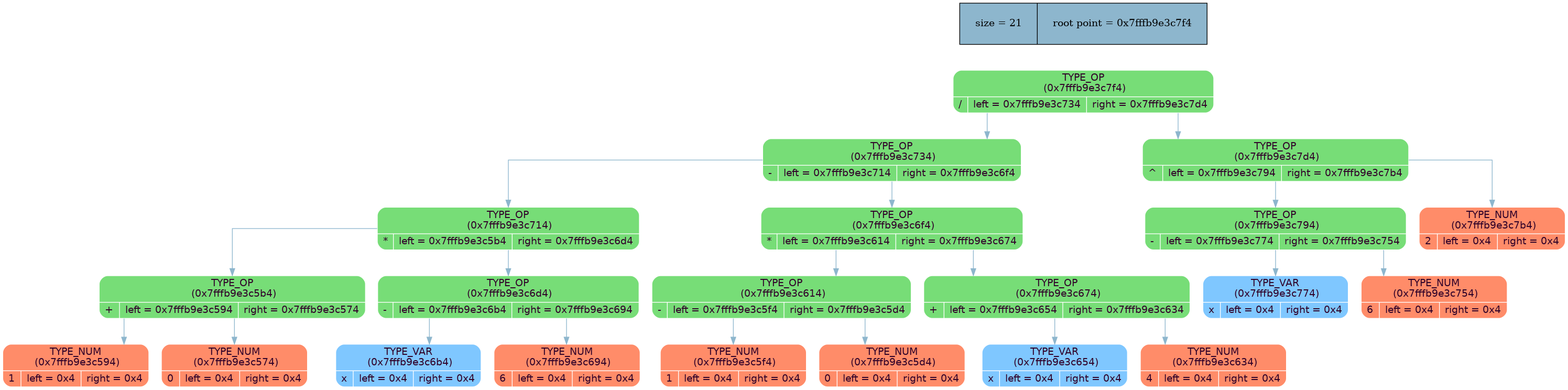
Above: dump_info/tree_dump.png in MaxGroshev/differentiator (Graphviz), before the change. Its source is kept beside it as dump_info/tree_dump.dot.
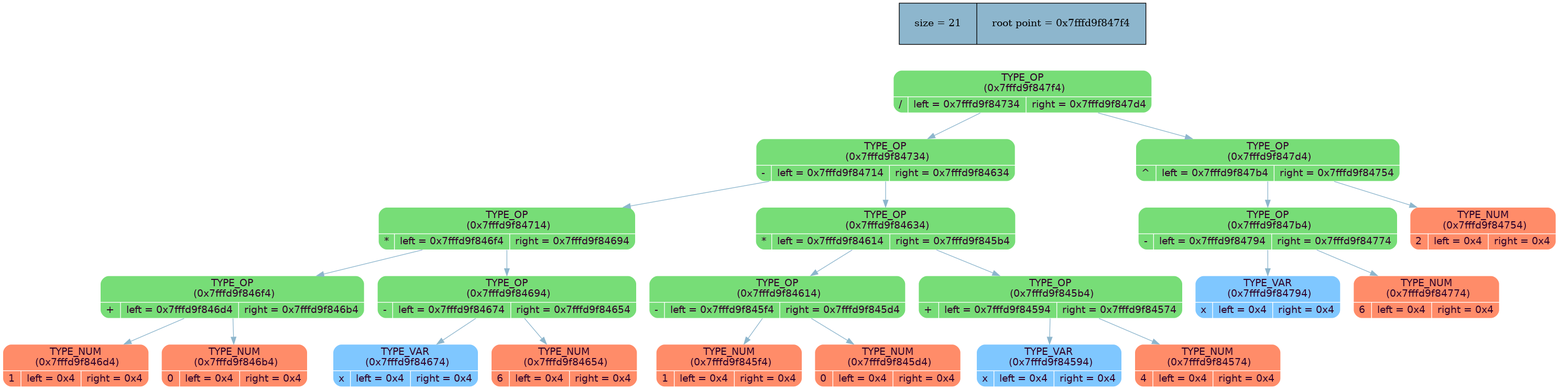
The same diagram one commit later.

Change to the diagram source:
```diff
@@ -1,50 +1,50 @@
 digraph
 {
 rankdir = ""
-splines = "ortho"
+splines = "true"
 
-node_stat [margin = "0.3*0.3", style = "filled", shape = "record", fillcolor = "#8DB6CD" label = " size = 21 | root point = 0x7fffb9e3c7f4"]
+node_stat [margin = "0.3*0.3", style = "filled", shape = "record", fillcolor = "#8DB6CD" label = " size = 21 | root point = 0x7fffd9f847f4"]
 {rank = source; node_stat}
 
-node0x7fffb9e3c7f4 [shape = "Mrecord", fillcolor = "#77DD77", style = "filled", fontcolor = "#31032A", fontname = "Calibri", color = "white", label = "{TYPE_OP\n (0x7fffb9e3c7f4)| {/ |left = 0x7fffb9e3c734 |right = 0x7fffb9e3c7d4}}"]
-node0x7fffb9e3c7f4 -> node0x7fffb9e3c734 [color = "#8DB6CD", style = "", constraint = true, fillcolor = "#8DB6CD",   fontcolor = "", fontname = "Calibri", label = ""];
-node0x7fffb9e3c734 [shape = "Mrecord", fillcolor = "#77DD77", style = "filled", fontcolor = "#31032A", fontname = "Calibri", color = "white", label = "{TYPE_OP\n (0x7fffb9e3c734)| {- |left = 0x7fffb9e3c714 |right = 0x7fffb9e3c6f4}}"]
-node0x7fffb9e3c734 -> node0x7fffb9e3c714 [color = "#8DB6CD", style = "", constraint = true, fillcolor = "#8DB6CD",   fontcolor = "", fontname = "Calibri", label = ""];
-node0x7fffb9e3c714 [shape = "Mrecord", fillcolor = "#77DD77", style = "filled", fontcolor = "#31032A", fontname = "Calibri", color = "white", label = "{TYPE_OP\n (0x7fffb9e3c714)| {* |left = 0x7fffb9e3c5b4 |right = 0x7fffb9e3c6d4}}"]
-node0x7fffb9e3c714 -> node0x7fffb9e3c5b4 [color = "#8DB6CD", style = "", constraint = true, fillcolor = "#8DB6CD",   fontcolor = "", fontname = "Calibri", label = ""];
-node0x7fffb9e3c5b4 [shape = "Mrecord", fillcolor = "#77DD77", style = "filled", fontcolor = "#31032A", fontname = "Calibri", color = "white", label = "{TYPE_OP\n (0x7fffb9e3c5b4)| {+ |left = 0x7fffb9e3c594 |right = 0x7fffb9e3c574}}"]
-node0x7fffb9e3c5b4 -> node0x7fffb9e3c594 [color = "#8DB6CD", style = "", constraint = true, fillcolor = "#8DB6CD",   fontcolor = "", fontname = "Calibri", label = ""];
-node0x7fffb9e3c594 [shape = "Mrecord", fillcolor = "#FF8C69", style = "filled", fontcolor = "#31032A", fontname = "Calibri", color = "white", label = "{TYPE_NUM\n (0x7fffb9e3c594)| {1 |left = 0x4 |right = 0x4}}"]
-node0x7fffb9e3c5b4 -> node0x7fffb9e3c574 [color = "#8DB6CD", style = "", constraint = true, fillcolor = "#8DB6CD",   fontcolor = "", fontname = "Calibri", label = ""];
-node0x7fffb9e3c574 [shape = "Mrecord", fillcolor = "#FF8C69", style = "filled", fontcolor = "#31032A", fontname = "Calibri", color = "white", label = "{TYPE_NUM\n (0x7fffb9e3c574)| {0 |left = 0x4 |right = 0x4}}"]
-node0x7fffb9e3c714 -> node0x7fffb9e3c6d4 [color = "#8DB6CD", style = "", constraint = true, fillcolor = "#8DB6CD",   fontcolor = "", fontname = "Calibri", label = ""];
-node0x7fffb9e3c6d4 [shape = "Mrecord", fillcolor = "#77DD77", style = "filled", fontcolor = "#31032A", fontname = "Calibri", color = "white", label = "{TYPE_OP\n (0x7fffb9e3c6d4)| {- |left = 0x7fffb9e3c6b4 |right = 0x7fffb9e3c694}}"]
-node0x7fffb9e3c6d4 -> node0x7fffb9e3c6b4 [color = "#8DB6CD", style = "", constraint = true, fillcolor = "#8DB6CD",   fontcolor = "", fontname = "Calibri", label = ""];
-node0x7fffb9e3c6b4 [shape = "Mrecord", fillcolor = "#7FC7FF", style = "filled", fontcolor = "#31032A", fontname = "Calibri", color = "white", label = "{TYPE_VAR\n (0x7fffb9e3c6b4)| {x |left = 0x4 |right = 0x4}}"]
-node0x7fffb9e3c6d4 -> node0x7fffb9e3c694 [color = "#8DB6CD", style = "", constraint = true, fillcolor = "#8DB6CD",   fontcolor = "", fontname = "Calibri", label = ""];
-node0x7fffb9e3c694 [shape = "Mrecord", fillcolor = "#FF8C69", style = "filled", fontcolor = "#31032A", fontname = "Calibri", color = "white", label = "{TYPE_NUM\n (0x7fffb9e3c694)| {6 |left = 0x4 |right = 0x4}}"]
-node0x7fffb9e3c734 -> node0x7fffb9e3c6f4 [color = "#8DB6CD", style = "", constraint = true, fillcolor = "#8DB6CD",   fontcolor = "", fontname = "Calibri", label = ""];
-node0x7fffb9e3c6f4 [shape = "Mrecord", fillcolor = "#77DD77", style = "filled", fontcolor = "#31032A", fontname = "Calibri", color = "white", label = "{TYPE_OP\n (0x7fffb9e3c6f4)| {* |left = 0x7fffb9e3c614 |right = 0x7fffb9e3c674}}"]
-node0x7fffb9e3c6f4 -> node0x7fffb9e3c614 [color = "#8DB6CD", style = "", constraint = true, fillcolor = "#8DB6CD",   fontcolor = "", fontname = "Calibri", label = ""];
-node0x7fffb9e3c614 [shape = "Mrecord", fillcolor = "#77DD77", style = "filled", fontcolor = "#31032A", fontname = "Calibri", color = "white", label = "{TYPE_OP\n (0x7fffb9e3c614)| {- |left = 0x7fffb9e3c5f4 |right = 0x7fffb9e3c5d4}}"]
-node0x7fffb9e3c614 -> node0x7fffb9e3c5f4 [color = "#8DB6CD", style = "", constraint = true, fillcolor = "#8DB6CD",   fontcolor = "", fontname = "Calibri", label = ""];
-node0x7fffb9e3c5f4 [shape = "Mrecord", fillcolor = "#FF8C69", style = "filled", fontcolor = "#31032A", fontname = "Calibri", color = "white", label = "{TYPE_NUM\n (0x7fffb9e3c5f4)| {1 |left = 0x4 |right = 0x4}}"]
-node0x7fffb9e3c614 -> node0x7fffb9e3c5d4 [color = "#8DB6CD", style = "", constraint = true, fillcolor = "#8DB6CD",   fontcolor = "", fontname = "Calibri", label = ""];
-node0x7fffb9e3c5d4 [shape = "Mrecord", fillcolor = "#FF8C69", style = "filled", fontcolor = "#31032A", fontname = "Calibri", color = "white", label = "{TYPE_NUM\n (0x7fffb9e3c5d4)| {0 |left = 0x4 |right = 0x4}}"]
-node0x7fffb9e3c6f4 -> node0x7fffb9e3c674 [color = "#8DB6CD", style = "", constraint = true, fillcolor = "#8DB6CD",   fontcolor = "", fontname = "Calibri", label = ""];
-node0x7fffb9e3c674 [shape = "Mrecord", fillcolor = "#77DD77", style = "filled", fontcolor = "#31032A", fontname = "Calibri", color = "white", label = "{TYPE_OP\n (0x7fffb9e3c674)| {+ |left = 0x7fffb9e3c654 |right = 0x7fffb9e3c634}}"]
-node0x7fffb9e3c674 -> node0x7fffb9e3c654 [color = "#8DB6CD", style = "", constraint = true, fillcolor = "#8DB6CD",   fontcolor = "", fontname = "Calibri", label = ""];
-node0x7fffb9e3c654 [shape = "Mrecord", fillcolor = "#7FC7FF", style = "filled", fontcolor = "#31032A", fontname = "Calibri", color = "white", label = "{TYPE_VAR\n (0x7fffb9e3c654)| {x |left = 0x4 |right = 0x4}}"]
-node0x7fffb9e3c674 -> node0x7fffb9e3c634 [color = "#8DB6CD", style = "", constraint = true, fillcolor = "#8DB6CD",   fontcolor = "", fontname = "Calibri", label = ""];
-node0x7fffb9e3c634 [shape = "Mrecord", fillcolor = "#FF8C69", style = "filled", fontcolor = "#31032A", fontname = "Calibri", color = "white", label = "{TYPE_NUM\n (0x7fffb9e3c634)| {4 |left = 0x4 |right = 0x4}}"]
-node0x7fffb9e3c7f4 -> node0x7fffb9e3c7d4 [color = "#8DB6CD", style = "", constraint = true, fillcolor = "#8DB6CD",   fontcolor = "", fontname = "Calibri", label = ""];
-node0x7fffb9e3c7d4 [shape = "Mrecord", fillcolor = "#77DD77", style = "filled", fontcolor = "#31032A", fontname = "Calibri", color = "white", label = "{TYPE_OP\n (0x7fffb9e3c7d4)| {^ |left = 0x7fffb9e3c794 |right = 0x7fffb9e3c7b4}}"]
-node0x7fffb9e3c7d4 -> node0x7fffb9e3c794 [color = "#8DB6CD", style = "", constraint = true, fillcolor = "#8DB6CD",   fontcolor = "", fontname = "Calibri", label = ""];
-node0x7fffb9e3c794 [shape = "Mrecord", fillcolor = "#77DD77", style = "filled", fontcolor = "#31032A", fontname = "Calibri", color = "white", label = "{TYPE_OP\n (0x7fffb9e3c794)| {- |left = 0x7fffb9e3c774 |right = 0x7fffb9e3c754}}"]
-node0x7fffb9e3c794 -> node0x7fffb9e3c774 [color = "#8DB6CD", style = "", constraint = true, fillcolor = "#8DB6CD",   fontcolor = "", fontname = "Calibri", label = ""];
-node0x7fffb9e3c774 [shape = "Mrecord", fillcolor = "#7FC7FF", style = "filled", fontcolor = "#31032A", fontname = "Calibri", color = "white", label = "{TYPE_VAR\n (0x7fffb9e3c774)| {x |left = 0x4 |right = 0x4}}"]
-node0x7fffb9e3c794 -> node0x7fffb9e3c754 [color = "#8DB6CD", style = "", constraint = true, fillcolor = "#8DB6CD",   fontcolor = "", fontname = "Calibri", label = ""];
-node0x7fffb9e3c754 [shape = "Mrecord", fillcolor = "#FF8C69", style = "filled", fontcolor = "#31032A", fontname = "Calibri", color = "white", label = "{TYPE_NUM\n (0x7fffb9e3c754)| {6 |left = 0x4 |right = 0x4}}"]
-node0x7fffb9e3c7d4 -> node0x7fffb9e3c7b4 [color = "#8DB6CD", style = "", constraint = true, fillcolor = "#8DB6CD",   fontcolor = "", fontname = "Calibri", label = ""];
-node0x7fffb9e3c7b4 [shape = "Mrecord", fillcolor = "#FF8C69", style = "filled", fontcolor = "#31032A", fontname = "Calibri", color = "white", label = "{TYPE_NUM\n (0x7fffb9e3c7b4)| {2 |left = 0x4 |right = 0x4}}"]
+node0x7fffd9f847f4 [shape = "Mrecord", fillcolor = "#77DD77", style = "filled", fontcolor = "#31032A", fontname = "Calibri", color = "white", label = "{TYPE_OP\n (0x7fffd9f847f4)| {/ |left = 0x7fffd9f84734 |right = 0x7fffd9f847d4}}"]
+node0x7fffd9f847f4 -> node0x7fffd9f84734 [color = "#8DB6CD", style = "", constraint = true, fillcolor = "#8DB6CD",   fontcolor = "", fontname = "Calibri", label = ""];
+node0x7fffd9f84734 [shape = "Mrecord", fillcolor = "#77DD77", style = "filled", fontcolor = "#31032A", fontname = "Calibri", color = "white", label = "{TYPE_OP\n (0x7fffd9f84734)| {- |left = 0x7fffd9f84714 |right = 0x7fffd9f84634}}"]
+node0x7fffd9f84734 -> node0x7fffd9f84714 [color = "#8DB6CD", style = "", constraint = true, fillcolor = "#8DB6CD",   fontcolor = "", fontname = "Calibri", label = ""];
+node0x7fffd9f84714 [shape = "Mrecord", fillcolor = "#77DD77", style = "filled", fontcolor = "#31032A", fontname = "Calibri", color = "white", label = "{TYPE_OP\n (0x7fffd9f84714)| {* |left = 0x7fffd9f846f4 |right = 0x7fffd9f84694}}"]
+node0x7fffd9f84714 -> node0x7fffd9f846f4 [color = "#8DB6CD", style = "", constraint = true, fillcolor = "#8DB6CD",   fontcolor = "", fontname = "Calibri", label = ""];
+node0x7fffd9f846f4 [shape = "Mrecord", fillcolor = "#77DD77", style = "filled", fontcolor = "#31032A", fontname = "Calibri", color = "white", label = "{TYPE_OP\n (0x7fffd9f846f4)| {+ |left = 0x7fffd9f846d4 |right = 0x7fffd9f846b4}}"]
+node0x7fffd9f846f4 -> node0x7fffd9f846d4 [color = "#8DB6CD", style = "", constraint = true, fillcolor = "#8DB6CD",   fontcolor = "", fontname = "Calibri", label = ""];
+node0x7fffd9f846d4 [shape = "Mrecord", fillcolor = "#FF8C69", style = "filled", fontcolor = "#31032A", fontname = "Calibri", color = "white", label = "{TYPE_NUM\n (0x7fffd9f846d4)| {1 |left = 0x4 |right = 0x4}}"]
+node0x7fffd9f846f4 -> node0x7fffd9f846b4 [color = "#8DB6CD", style = "", constraint = true, fillcolor = "#8DB6CD",   fontcolor = "", fontname = "Calibri", label = ""];
+node0x7fffd9f846b4 [shape = "Mrecord", fillcolor = "#FF8C69", style = "filled", fontcolor = "#31032A", fontname = "Calibri", color = "white", label = "{TYPE_NUM\n (0x7fffd9f846b4)| {0 |left = 0x4 |right = 0x4}}"]
+node0x7fffd9f84714 -> node0x7fffd9f84694 [color = "#8DB6CD", style = "", constraint = true, fillcolor = "#8DB6CD",   fontcolor = "", fontname = "Calibri", label = ""];
+node0x7fffd9f84694 [shape = "Mrecord", fillcolor = "#77DD77", style = "filled", fontcolor = "#31032A", fontname = "Calibri", color = "white", label = "{TYPE_OP\n (0x7fffd9f84694)| {- |left = 0x7fffd9f84674 |right = 0x7fffd9f84654}}"]
+node0x7fffd9f84694 -> node0x7fffd9f84674 [color = "#8DB6CD", style = "", constraint = true, fillcolor = "#8DB6CD",   fontcolor = "", fontname = "Calibri", label = ""];
+node0x7fffd9f84674 [shape = "Mrecord", fillcolor = "#7FC7FF", style = "filled", fontcolor = "#31032A", fontname = "Calibri", color = "white", label = "{TYPE_VAR\n (0x7fffd9f84674)| {x |left = 0x4 |right = 0x4}}"]
+node0x7fffd9f84694 -> node0x7fffd9f84654 [color = "#8DB6CD", style = "", constraint = true, fillcolor = "#8DB6CD",   fontcolor = "", fontname = "Calibri", label = ""];
+node0x7fffd9f84654 [shape = "Mrecord", fillcolor = "#FF8C69", style = "filled", fontcolor = "#31032A", fontname = "Calibri", color = "white", label = "{TYPE_NUM\n (0x7fffd9f84654)| {6 |left = 0x4 |right = 0x4}}"]
+node0x7fffd9f84734 -> node0x7fffd9f84634 [color = "#8DB6CD", style = "", constraint = true, fillcolor = "#8DB6CD",   fontcolor = "", fontname = "Calibri", label = ""];
+node0x7fffd9f84634 [shape = "Mrecord", fillcolor = "#77DD77", style = "filled", fontcolor = "#31032A", fontname = "Calibri", color = "white", label = "{TYPE_OP\n (0x7fffd9f84634)| {* |left = 0x7fffd9f84614 |right = 0x7fffd9f845b4}}"]
+node0x7fffd9f84634 -> node0x7fffd9f84614 [color = "#8DB6CD", style = "", constraint = true, fillcolor = "#8DB6CD",   fontcolor = "", fontname = "Calibri", label = ""];
+node0x7fffd9f84614 [shape = "Mrecord", fillcolor = "#77DD77", style = "filled", fontcolor = "#31032A", fontname = "Calibri", color = "white", label = "{TYPE_OP\n (0x7fffd9f84614)| {- |left = 0x7fffd9f845f4 |right = 0x7fffd9f845d4}}"]
+node0x7fffd9f84614 -> node0x7fffd9f845f4 [color = "#8DB6CD", style = "", constraint = true, fillcolor = "#8DB6CD",   fontcolor = "", fontname = "Calibri", label = ""];
+node0x7fffd9f845f4 [shape = "Mrecord", fillcolor = "#FF8C69", style = "filled", fontcolor = "#31032A", fontname = "Calibri", color = "white", label = "{TYPE_NUM\n (0x7fffd9f845f4)| {1 |left = 0x4 |right = 0x4}}"]
+node0x7fffd9f84614 -> node0x7fffd9f845d4 [color = "#8DB6CD", style = "", constraint = true, fillcolor = "#8DB6CD",   fontcolor = "", fontname = "Calibri", label = ""];
+node0x7fffd9f845d4 [shape = "Mrecord", fillcolor = "#FF8C69", style = "filled", fontcolor = "#31032A", fontname = "Calibri", color = "white", label = "{TYPE_NUM\n (0x7fffd9f845d4)| {0 |left = 0x4 |right = 0x4}}"]
+node0x7fffd9f84634 -> node0x7fffd9f845b4 [color = "#8DB6CD", style = "", constraint = true, fillcolor = "#8DB6CD",   fontcolor = "", fontname = "Calibri", label = ""];
+node0x7fffd9f845b4 [shape = "Mrecord", fillcolor = "#77DD77", style = "filled", fontcolor = "#31032A", fontname = "Calibri", color = "white", label = "{TYPE_OP\n (0x7fffd9f845b4)| {+ |left = 0x7fffd9f84594 |right = 0x7fffd9f84574}}"]
+node0x7fffd9f845b4 -> node0x7fffd9f84594 [color = "#8DB6CD", style = "", constraint = true, fillcolor = "#8DB6CD",   fontcolor = "", fontname = "Calibri", label = ""];
+node0x7fffd9f84594 [shape = "Mrecord", fillcolor = "#7FC7FF", style = "filled", fontcolor = "#31032A", fontname = "Calibri", color = "white", label = "{TYPE_VAR\n (0x7fffd9f84594)| {x |left = 0x4 |right = 0x4}}"]
+node0x7fffd9f845b4 -> node0x7fffd9f84574 [color = "#8DB6CD", style = "", constraint = true, fillcolor = "#8DB6CD",   fontcolor = "", fontname = "Calibri", label = ""];
+node0x7fffd9f84574 [shape = "Mrecord", fillcolor = "#FF8C69", style = "filled", fontcolor = "#31032A", fontname = "Calibri", color = "white", label = "{TYPE_NUM\n (0x7fffd9f84574)| {4 |left = 0x4 |right = 0x4}}"]
+node0x7fffd9f847f4 -> node0x7fffd9f847d4 [color = "#8DB6CD", style = "", constraint = true, fillcolor = "#8DB6CD",   fontcolor = "", fontname = "Calibri", label = ""];
+node0x7fffd9f847d4 [shape = "Mrecord", fillcolor = "#77DD77", style = "filled", fontcolor = "#31032A", fontname = "Calibri", color = "white", label = "{TYPE_OP\n (0x7fffd9f847d4)| {^ |left = 0x7fffd9f847b4 |right = 0x7fffd9f84754}}"]
+node0x7fffd9f847d4 -> node0x7fffd9f847b4 [color = "#8DB6CD", style = "", constraint = true, fillcolor = "#8DB6CD",   fontcolor = "", fontname = "Calibri", label = ""];
+node0x7fffd9f847b4 [shape = "Mrecord", fillcolor = "#77DD77", style = "filled", fontcolor = "#31032A", fontname = "Calibri", color = "white", label = "{TYPE_OP\n (0x7fffd9f847b4)| {- |left = 0x7fffd9f84794 |right = 0x7fffd9f84774}}"]
+node0x7fffd9f847b4 -> node0x7fffd9f84794 [color = "#8DB6CD", style = "", constraint = true, fillcolor = "#8DB6CD",   fontcolor = "", fontname = "Calibri", label = ""];
+node0x7fffd9f84794 [shape = "Mrecord", fillcolor = "#7FC7FF", style = "filled", fontcolor = "#31032A", fontname = "Calibri", color = "white", label = "{TYPE_VAR\n (0x7fffd9f84794)| {x |left = 0x4 |right = 0x4}}"]
+node0x7fffd9f847b4 -> node0x7fffd9f84774 [color = "#8DB6CD", style = "", constraint = true, fillcolor = "#8DB6CD",   fontcolor = "", fontname = "Calibri", label = ""];
+node0x7fffd9f84774 [shape = "Mrecord", fillcolor = "#FF8C69", style = "filled", fontcolor = "#31032A", fontname = "Calibri", color = "white", label = "{TYPE_NUM\n (0x7fffd9f84774)| {6 |left = 0x4 |right = 0x4}}"]
+node0x7fffd9f847d4 -> node0x7fffd9f84754 [color = "#8DB6CD", style = "", constraint = true, fillcolor = "#8DB6CD",   fontcolor = "", fontname = "Calibri", label = ""];
+node0x7fffd9f84754 [shape = "Mrecord", fillcolor = "#FF8C69", style = "filled", fontcolor = "#31032A", fontname = "Calibri", color = "white", label = "{TYPE_NUM\n (0x7fffd9f84754)| {2 |left = 0x4 |right = 0x4}}"]
 }
```
